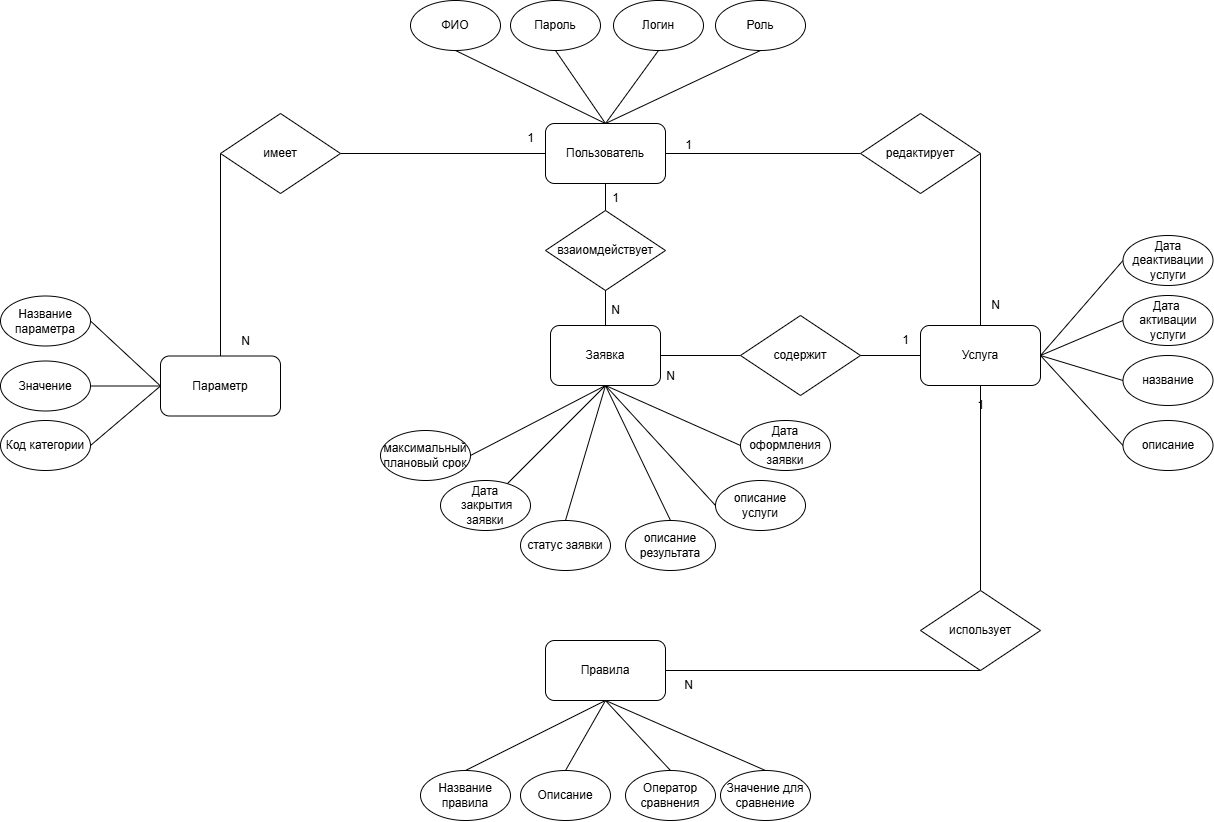
Earlier version of the draw.io export erd diargam/erd.png (IliaKataev/KataevZvedenuk). Source tidied: cells renumbered, new cells last; positions are measured from the earlier drawing's top-left corner, leaving out a move shared by most shapes.
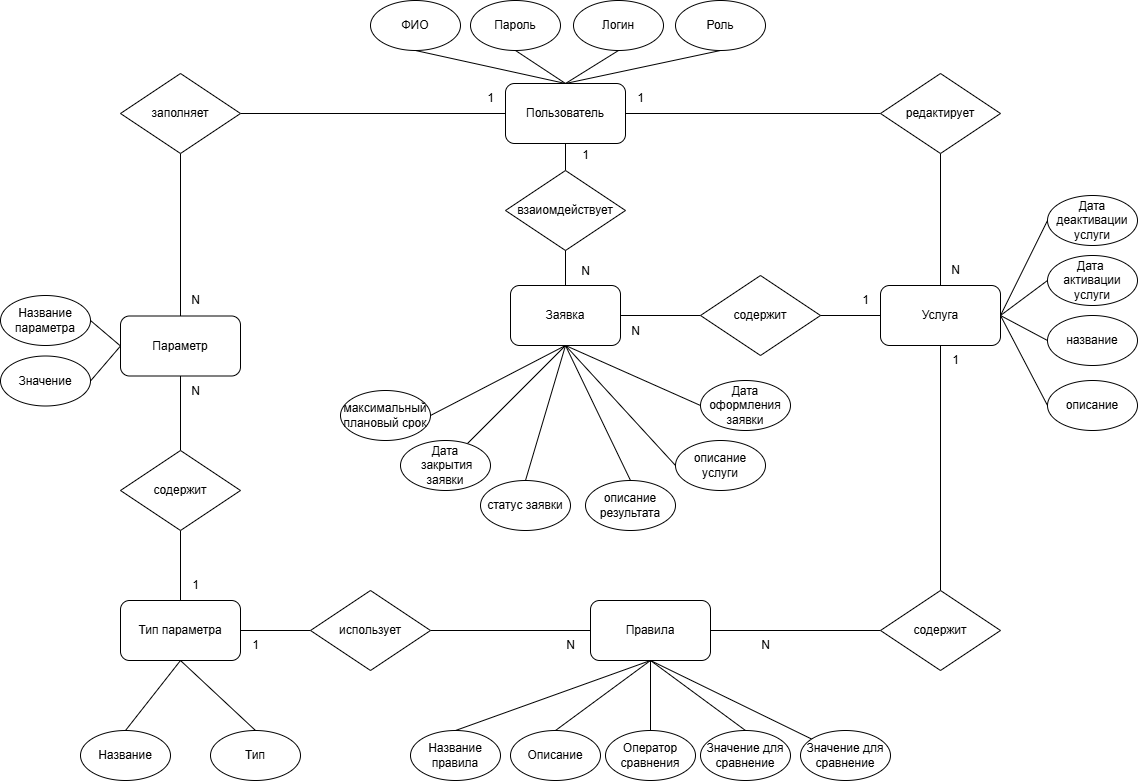
The same file after the commit.

Diff of the diagram source:
```diff
@@ -2,10 +2,10 @@
   <root>
     <mxCell id="0" />
     <mxCell id="1" parent="0" />
-    <mxCell id="2" style="rounded=0;jettySize=auto;html=1;exitX=1;exitY=0.5;exitDx=0;exitDy=0;entryX=0.5;entryY=0;entryDx=0;entryDy=0;endArrow=none;startFill=0;" parent="1" edge="1" source="33" target="14">
+    <mxCell id="2" style="rounded=0;jettySize=auto;html=1;exitX=0.5;exitY=1;exitDx=0;exitDy=0;entryX=0.5;entryY=0;entryDx=0;entryDy=0;endArrow=none;startFill=0;" parent="1" edge="1" source="33" target="14">
       <mxGeometry relative="1" as="geometry" />
     </mxCell>
-    <mxCell id="3" style="rounded=0;jettySize=auto;html=1;entryX=0.5;entryY=0;entryDx=0;entryDy=0;exitX=0;exitY=0.5;exitDx=0;exitDy=0;endArrow=none;startFill=0;" parent="1" edge="1" source="37" target="17">
+    <mxCell id="3" style="rounded=0;jettySize=auto;html=1;entryX=0.5;entryY=0;entryDx=0;entryDy=0;exitX=0.5;exitY=1;exitDx=0;exitDy=0;endArrow=none;startFill=0;" parent="1" edge="1" source="37" target="17">
       <mxGeometry relative="1" as="geometry" />
     </mxCell>
     <mxCell id="4" style="rounded=0;jettySize=auto;html=1;entryX=0.5;entryY=0;entryDx=0;entryDy=0;endArrow=none;startFill=0;" parent="1" edge="1" source="5" target="45">
@@ -18,13 +18,13 @@
       <mxGeometry relative="1" as="geometry" />
     </mxCell>
     <mxCell id="7" value="ФИО" style="ellipse;whiteSpace=wrap;html=1;" parent="1" vertex="1">
-      <mxGeometry x="410" width="90" height="50" as="geometry" />
+      <mxGeometry x="410" y="40" width="90" height="50" as="geometry" />
     </mxCell>
     <mxCell id="8" value="Логин" style="ellipse;whiteSpace=wrap;html=1;" parent="1" vertex="1">
-      <mxGeometry x="613" width="90" height="50" as="geometry" />
+      <mxGeometry x="613" y="40" width="90" height="50" as="geometry" />
     </mxCell>
     <mxCell id="9" value="Пароль" style="ellipse;whiteSpace=wrap;html=1;" parent="1" vertex="1">
-      <mxGeometry x="510" width="90" height="50" as="geometry" />
+      <mxGeometry x="510" y="40" width="90" height="50" as="geometry" />
     </mxCell>
     <mxCell id="10" style="rounded=0;jettySize=auto;html=1;entryX=0.5;entryY=0;entryDx=0;entryDy=0;endArrow=none;startFill=0;exitX=0.5;exitY=1;exitDx=0;exitDy=0;" parent="1" edge="1" source="9" target="5">
       <mxGeometry relative="1" as="geometry" />
@@ -47,6 +47,9 @@
     <mxCell id="16" style="rounded=0;jettySize=auto;html=1;exitX=0;exitY=0.5;exitDx=0;exitDy=0;entryX=1;entryY=0.5;entryDx=0;entryDy=0;endArrow=none;startFill=0;" parent="1" edge="1" source="17" target="35">
       <mxGeometry relative="1" as="geometry" />
     </mxCell>
+    <mxCell id="76" style="edgeStyle=orthogonalEdgeStyle;rounded=0;jettySize=auto;html=1;entryX=0.5;entryY=0;entryDx=0;entryDy=0;endArrow=none;startFill=0;" parent="1" edge="1" source="17" target="81">
+      <mxGeometry relative="1" as="geometry" />
+    </mxCell>
     <mxCell id="17" value="Параметр" style="rounded=1;whiteSpace=wrap;html=1;" parent="1" vertex="1">
       <mxGeometry x="160" y="355.5" width="120" height="60" as="geometry" />
     </mxCell>
@@ -54,7 +57,7 @@
       <mxGeometry relative="1" as="geometry" />
     </mxCell>
     <mxCell id="19" value="Роль" style="ellipse;whiteSpace=wrap;html=1;" parent="1" vertex="1">
-      <mxGeometry x="715" width="90" height="50" as="geometry" />
+      <mxGeometry x="715" y="40" width="90" height="50" as="geometry" />
     </mxCell>
     <mxCell id="20" style="rounded=0;jettySize=auto;html=1;entryX=0.5;entryY=0;entryDx=0;entryDy=0;endArrow=none;startFill=0;exitX=0.5;exitY=1;exitDx=0;exitDy=0;" parent="1" edge="1" source="24" target="26">
       <mxGeometry relative="1" as="geometry" />
@@ -65,50 +68,50 @@
     <mxCell id="22" style="rounded=0;jettySize=auto;html=1;endArrow=none;startFill=0;exitX=0.5;exitY=1;exitDx=0;exitDy=0;entryX=0.5;entryY=0;entryDx=0;entryDy=0;" parent="1" edge="1" source="24" target="27">
       <mxGeometry relative="1" as="geometry" />
     </mxCell>
-    <mxCell id="23" style="rounded=0;jettySize=auto;html=1;exitX=1;exitY=0.5;exitDx=0;exitDy=0;entryX=0.5;entryY=1;entryDx=0;entryDy=0;endArrow=none;startFill=0;" parent="1" edge="1" source="24" target="31">
+    <mxCell id="23" style="rounded=0;jettySize=auto;html=1;exitX=1;exitY=0.5;exitDx=0;exitDy=0;entryX=0;entryY=0.5;entryDx=0;entryDy=0;endArrow=none;startFill=0;" parent="1" edge="1" source="24" target="31">
       <mxGeometry relative="1" as="geometry" />
     </mxCell>
     <mxCell id="24" value="Правила" style="rounded=1;whiteSpace=wrap;html=1;" parent="1" vertex="1">
-      <mxGeometry x="545" y="640" width="120" height="60" as="geometry" />
+      <mxGeometry x="630" y="640" width="120" height="60" as="geometry" />
     </mxCell>
     <mxCell id="25" value="Название правила" style="ellipse;whiteSpace=wrap;html=1;" parent="1" vertex="1">
-      <mxGeometry x="420" y="770" width="90" height="50" as="geometry" />
+      <mxGeometry x="450" y="770" width="90" height="50" as="geometry" />
     </mxCell>
     <mxCell id="26" value="Описание&lt;span style=&quot;color: rgba(0, 0, 0, 0); font-family: monospace; font-size: 0px; text-align: start; text-wrap-mode: nowrap;&quot;&gt;%3CmxGraphModel%3E%3Croot%3E%3CmxCell%20id%3D%220%22%2F%3E%3CmxCell%20id%3D%221%22%20parent%3D%220%22%2F%3E%3CmxCell%20id%3D%222%22%20value%3D%22%D0%9D%D0%B0%D0%B7%D0%B2%D0%B0%D0%BD%D0%B8%D0%B5%22%20style%3D%22ellipse%3BwhiteSpace%3Dwrap%3Bhtml%3D1%3B%22%20vertex%3D%221%22%20parent%3D%221%22%3E%3CmxGeometry%20x%3D%22290%22%20y%3D%22560%22%20width%3D%2290%22%20height%3D%2250%22%20as%3D%22geometry%22%2F%3E%3C%2FmxCell%3E%3C%2Froot%3E%3C%2FmxGraphModel%3E&lt;/span&gt;" style="ellipse;whiteSpace=wrap;html=1;" parent="1" vertex="1">
-      <mxGeometry x="520" y="770" width="90" height="50" as="geometry" />
+      <mxGeometry x="550" y="770" width="90" height="50" as="geometry" />
     </mxCell>
     <mxCell id="27" value="Оператор сравнения" style="ellipse;whiteSpace=wrap;html=1;" parent="1" vertex="1">
-      <mxGeometry x="625" y="770" width="90" height="50" as="geometry" />
+      <mxGeometry x="645" y="770" width="90" height="50" as="geometry" />
     </mxCell>
     <mxCell id="28" value="название" style="ellipse;whiteSpace=wrap;html=1;" parent="1" vertex="1">
-      <mxGeometry x="1122.5" y="355" width="90" height="50" as="geometry" />
+      <mxGeometry x="1087" y="355" width="90" height="50" as="geometry" />
     </mxCell>
     <mxCell id="29" style="rounded=0;jettySize=auto;html=1;entryX=1;entryY=0.5;entryDx=0;entryDy=0;endArrow=none;startFill=0;exitX=0;exitY=0.5;exitDx=0;exitDy=0;" parent="1" edge="1" source="30" target="14">
       <mxGeometry relative="1" as="geometry" />
     </mxCell>
     <mxCell id="30" value="описание" style="ellipse;whiteSpace=wrap;html=1;" parent="1" vertex="1">
-      <mxGeometry x="1122.5" y="420" width="90" height="50" as="geometry" />
+      <mxGeometry x="1087" y="420" width="90" height="50" as="geometry" />
     </mxCell>
-    <mxCell id="31" value="использует" style="rhombus;whiteSpace=wrap;html=1;" parent="1" vertex="1">
-      <mxGeometry x="920" y="590" width="120" height="80" as="geometry" />
+    <mxCell id="31" value="содержит" style="rhombus;whiteSpace=wrap;html=1;" parent="1" vertex="1">
+      <mxGeometry x="920" y="630" width="120" height="80" as="geometry" />
     </mxCell>
     <mxCell id="32" style="rounded=0;jettySize=auto;html=1;exitX=1;exitY=0.5;exitDx=0;exitDy=0;entryX=0;entryY=0.5;entryDx=0;entryDy=0;endArrow=none;startFill=0;" parent="1" edge="1" source="5" target="33">
       <mxGeometry relative="1" as="geometry" />
     </mxCell>
     <mxCell id="33" value="редактирует" style="rhombus;whiteSpace=wrap;html=1;" parent="1" vertex="1">
-      <mxGeometry x="860" y="113" width="120" height="80" as="geometry" />
+      <mxGeometry x="920" y="113" width="120" height="80" as="geometry" />
     </mxCell>
     <mxCell id="34" value="Название параметра" style="ellipse;whiteSpace=wrap;html=1;" parent="1" vertex="1">
-      <mxGeometry y="295.5" width="90" height="50" as="geometry" />
+      <mxGeometry x="40" y="335" width="90" height="50" as="geometry" />
     </mxCell>
     <mxCell id="35" value="Значение" style="ellipse;whiteSpace=wrap;html=1;" parent="1" vertex="1">
-      <mxGeometry y="360.5" width="90" height="50" as="geometry" />
+      <mxGeometry x="40" y="395.5" width="90" height="50" as="geometry" />
     </mxCell>
     <mxCell id="36" style="rounded=0;jettySize=auto;html=1;entryX=1;entryY=0.5;entryDx=0;entryDy=0;exitX=0;exitY=0.5;exitDx=0;exitDy=0;endArrow=none;startFill=0;" parent="1" edge="1" source="5" target="37">
       <mxGeometry relative="1" as="geometry" />
     </mxCell>
-    <mxCell id="37" value="имеет" style="rhombus;whiteSpace=wrap;html=1;" parent="1" vertex="1">
-      <mxGeometry x="220" y="113" width="120" height="80" as="geometry" />
+    <mxCell id="37" value="заполняет" style="rhombus;whiteSpace=wrap;html=1;" parent="1" vertex="1">
+      <mxGeometry x="160" y="113" width="120" height="80" as="geometry" />
     </mxCell>
     <mxCell id="38" style="rounded=0;jettySize=auto;html=1;entryX=0.5;entryY=0;entryDx=0;entryDy=0;endArrow=none;startFill=0;exitX=0.5;exitY=1;exitDx=0;exitDy=0;" parent="1" edge="1" source="43" target="49">
       <mxGeometry relative="1" as="geometry" />
@@ -138,7 +141,7 @@
       <mxGeometry x="740" y="315" width="120" height="80" as="geometry" />
     </mxCell>
     <mxCell id="47" value="N" style="text;html=1;align=center;verticalAlign=middle;strokeColor=none;fillColor=none;" parent="1" vertex="1">
-      <mxGeometry x="230" y="325.5" width="30" height="30" as="geometry" />
+      <mxGeometry x="220" y="325" width="30" height="30" as="geometry" />
     </mxCell>
     <mxCell id="48" style="rounded=0;jettySize=auto;html=1;entryX=0;entryY=0.5;entryDx=0;entryDy=0;exitX=1;exitY=0.5;exitDx=0;exitDy=0;endArrow=none;startFill=0;" parent="1" edge="1" source="46" target="14">
       <mxGeometry relative="1" as="geometry" />
@@ -156,28 +159,28 @@
       <mxGeometry x="515" y="123" width="30" height="30" as="geometry" />
     </mxCell>
     <mxCell id="53" value="1" style="text;html=1;align=center;verticalAlign=middle;strokeColor=none;fillColor=none;" parent="1" vertex="1">
-      <mxGeometry x="600" y="183" width="30" height="30" as="geometry" />
+      <mxGeometry x="610" y="180" width="30" height="30" as="geometry" />
     </mxCell>
     <mxCell id="54" value="N" style="text;html=1;align=center;verticalAlign=middle;strokeColor=none;fillColor=none;" parent="1" vertex="1">
-      <mxGeometry x="600" y="295" width="30" height="30" as="geometry" />
+      <mxGeometry x="610" y="295.5" width="30" height="30" as="geometry" />
     </mxCell>
     <mxCell id="55" value="N" style="text;html=1;align=center;verticalAlign=middle;strokeColor=none;fillColor=none;" parent="1" vertex="1">
-      <mxGeometry x="655" y="360.5" width="30" height="30" as="geometry" />
+      <mxGeometry x="660" y="355.5" width="30" height="30" as="geometry" />
     </mxCell>
     <mxCell id="56" value="1" style="text;html=1;align=center;verticalAlign=middle;strokeColor=none;fillColor=none;" parent="1" vertex="1">
-      <mxGeometry x="965" y="390" width="30" height="30" as="geometry" />
+      <mxGeometry x="980" y="385" width="30" height="30" as="geometry" />
     </mxCell>
     <mxCell id="57" value="1" style="text;html=1;align=center;verticalAlign=middle;strokeColor=none;fillColor=none;" parent="1" vertex="1">
-      <mxGeometry x="673" y="130" width="30" height="30" as="geometry" />
+      <mxGeometry x="665" y="123" width="30" height="30" as="geometry" />
     </mxCell>
     <mxCell id="58" value="N" style="text;html=1;align=center;verticalAlign=middle;strokeColor=none;fillColor=none;" parent="1" vertex="1">
-      <mxGeometry x="980" y="290" width="30" height="30" as="geometry" />
+      <mxGeometry x="980" y="295" width="30" height="30" as="geometry" />
     </mxCell>
     <mxCell id="59" value="1" style="text;html=1;align=center;verticalAlign=middle;strokeColor=none;fillColor=none;" parent="1" vertex="1">
       <mxGeometry x="890" y="325" width="30" height="30" as="geometry" />
     </mxCell>
     <mxCell id="60" value="N" style="text;html=1;align=center;verticalAlign=middle;strokeColor=none;fillColor=none;" parent="1" vertex="1">
-      <mxGeometry x="673" y="670" width="30" height="30" as="geometry" />
+      <mxGeometry x="790" y="670" width="30" height="30" as="geometry" />
     </mxCell>
     <mxCell id="61" value="Дата оформления заявки" style="ellipse;whiteSpace=wrap;html=1;" parent="1" vertex="1">
       <mxGeometry x="740" y="420" width="90" height="50" as="geometry" />
@@ -192,22 +195,14 @@
       <mxGeometry relative="1" as="geometry" />
     </mxCell>
     <mxCell id="65" value="Дата деактивации услуги" style="ellipse;whiteSpace=wrap;html=1;" parent="1" vertex="1">
-      <mxGeometry x="1122.5" y="235" width="90" height="50" as="geometry" />
+      <mxGeometry x="1087" y="235" width="90" height="50" as="geometry" />
     </mxCell>
     <mxCell id="66" style="rounded=0;jettySize=auto;html=1;entryX=1;entryY=0.5;entryDx=0;entryDy=0;endArrow=none;startFill=0;exitX=0;exitY=0.5;exitDx=0;exitDy=0;" parent="1" edge="1" source="67" target="14">
       <mxGeometry relative="1" as="geometry" />
     </mxCell>
     <mxCell id="67" value="Дата&amp;nbsp;&lt;div&gt;&lt;span style=&quot;background-color: transparent; color: light-dark(rgb(0, 0, 0), rgb(255, 255, 255));&quot;&gt;активации услуги&lt;/span&gt;&lt;/div&gt;" style="ellipse;whiteSpace=wrap;html=1;" parent="1" vertex="1">
-      <mxGeometry x="1122.5" y="295" width="90" height="50" as="geometry" />
+      <mxGeometry x="1087" y="295" width="90" height="50" as="geometry" />
     </mxCell>
-    <mxCell id="68" style="rounded=0;jettySize=auto;html=1;endArrow=none;startFill=0;exitX=1;exitY=0.5;exitDx=0;exitDy=0;" parent="1" edge="1" source="69">
-      <mxGeometry relative="1" as="geometry">
-        <mxPoint x="160" y="385.5" as="targetPoint" />
-      </mxGeometry>
-    </mxCell>
-    <mxCell id="69" value="Код категории" style="ellipse;whiteSpace=wrap;html=1;" parent="1" vertex="1">
-      <mxGeometry y="420" width="90" height="50" as="geometry" />
-    </mxCell>
     <mxCell id="70" style="edgeStyle=orthogonalEdgeStyle;rounded=0;orthogonalLoop=1;jettySize=auto;html=1;exitX=0.5;exitY=1;exitDx=0;exitDy=0;" parent="1" edge="1" source="35" target="35">
       <mxGeometry relative="1" as="geometry" />
     </mxCell>
@@ -215,7 +210,7 @@
       <mxGeometry relative="1" as="geometry" />
     </mxCell>
     <mxCell id="72" value="Значение для сравнение" style="ellipse;whiteSpace=wrap;html=1;" parent="1" vertex="1">
-      <mxGeometry x="720" y="770" width="90" height="50" as="geometry" />
+      <mxGeometry x="740" y="770" width="90" height="50" as="geometry" />
     </mxCell>
     <mxCell id="73" style="rounded=0;jettySize=auto;html=1;exitX=1;exitY=0.5;exitDx=0;exitDy=0;entryX=0.5;entryY=1;entryDx=0;entryDy=0;endArrow=none;startFill=0;" parent="1" edge="1" source="74" target="43">
       <mxGeometry relative="1" as="geometry" />
@@ -226,5 +221,53 @@
     <mxCell id="75" style="edgeStyle=orthogonalEdgeStyle;rounded=0;orthogonalLoop=1;jettySize=auto;html=1;exitX=0.5;exitY=1;exitDx=0;exitDy=0;" parent="1" edge="1" source="51" target="51">
       <mxGeometry relative="1" as="geometry" />
     </mxCell>
+    <mxCell id="77" style="edgeStyle=orthogonalEdgeStyle;rounded=0;jettySize=auto;html=1;entryX=0;entryY=0.5;entryDx=0;entryDy=0;endArrow=none;startFill=0;" parent="1" edge="1" source="79" target="83">
+      <mxGeometry relative="1" as="geometry" />
+    </mxCell>
+    <mxCell id="78" style="rounded=0;jettySize=auto;html=1;entryX=0.5;entryY=0;entryDx=0;entryDy=0;endArrow=none;startFill=0;exitX=0.5;exitY=1;exitDx=0;exitDy=0;" parent="1" edge="1" source="79" target="84">
+      <mxGeometry relative="1" as="geometry" />
+    </mxCell>
+    <mxCell id="79" value="Тип параметра" style="rounded=1;whiteSpace=wrap;html=1;" parent="1" vertex="1">
+      <mxGeometry x="160" y="640" width="120" height="60" as="geometry" />
+    </mxCell>
+    <mxCell id="80" style="edgeStyle=orthogonalEdgeStyle;rounded=0;jettySize=auto;html=1;endArrow=none;startFill=0;" parent="1" edge="1" source="81" target="79">
+      <mxGeometry relative="1" as="geometry" />
+    </mxCell>
+    <mxCell id="81" value="содержит" style="rhombus;whiteSpace=wrap;html=1;" parent="1" vertex="1">
+      <mxGeometry x="160" y="490" width="120" height="80" as="geometry" />
+    </mxCell>
+    <mxCell id="82" style="edgeStyle=orthogonalEdgeStyle;rounded=0;jettySize=auto;html=1;entryX=0;entryY=0.5;entryDx=0;entryDy=0;endArrow=none;startFill=0;" parent="1" edge="1" source="83" target="24">
+      <mxGeometry relative="1" as="geometry" />
+    </mxCell>
+    <mxCell id="83" value="использует" style="rhombus;whiteSpace=wrap;html=1;" parent="1" vertex="1">
+      <mxGeometry x="350" y="630" width="120" height="80" as="geometry" />
+    </mxCell>
+    <mxCell id="84" value="Название" style="ellipse;whiteSpace=wrap;html=1;" parent="1" vertex="1">
+      <mxGeometry x="120" y="770" width="90" height="50" as="geometry" />
+    </mxCell>
+    <mxCell id="85" style="rounded=0;jettySize=auto;html=1;entryX=0.5;entryY=1;entryDx=0;entryDy=0;endArrow=none;startFill=0;exitX=0.5;exitY=0;exitDx=0;exitDy=0;" parent="1" edge="1" source="86" target="79">
+      <mxGeometry relative="1" as="geometry" />
+    </mxCell>
+    <mxCell id="86" value="Тип" style="ellipse;whiteSpace=wrap;html=1;" parent="1" vertex="1">
+      <mxGeometry x="250" y="770" width="90" height="50" as="geometry" />
+    </mxCell>
+    <mxCell id="87" value="N" style="text;html=1;align=center;verticalAlign=middle;strokeColor=none;fillColor=none;" parent="1" vertex="1">
+      <mxGeometry x="595" y="670" width="30" height="30" as="geometry" />
+    </mxCell>
+    <mxCell id="88" value="1" style="text;html=1;align=center;verticalAlign=middle;strokeColor=none;fillColor=none;" parent="1" vertex="1">
+      <mxGeometry x="280" y="670" width="30" height="30" as="geometry" />
+    </mxCell>
+    <mxCell id="89" value="1" style="text;html=1;align=center;verticalAlign=middle;strokeColor=none;fillColor=none;" parent="1" vertex="1">
+      <mxGeometry x="220" y="610" width="30" height="30" as="geometry" />
+    </mxCell>
+    <mxCell id="90" value="N" style="text;html=1;align=center;verticalAlign=middle;strokeColor=none;fillColor=none;" parent="1" vertex="1">
+      <mxGeometry x="220" y="415.5" width="30" height="30" as="geometry" />
+    </mxCell>
+    <mxCell id="91" style="rounded=0;jettySize=auto;html=1;entryX=0.5;entryY=1;entryDx=0;entryDy=0;endArrow=none;startFill=0;" parent="1" edge="1" source="92" target="24">
+      <mxGeometry relative="1" as="geometry" />
+    </mxCell>
+    <mxCell id="92" value="Значение для сравнение" style="ellipse;whiteSpace=wrap;html=1;" parent="1" vertex="1">
+      <mxGeometry x="840" y="770" width="90" height="50" as="geometry" />
+    </mxCell>
   </root>
 </mxGraphModel>
```
